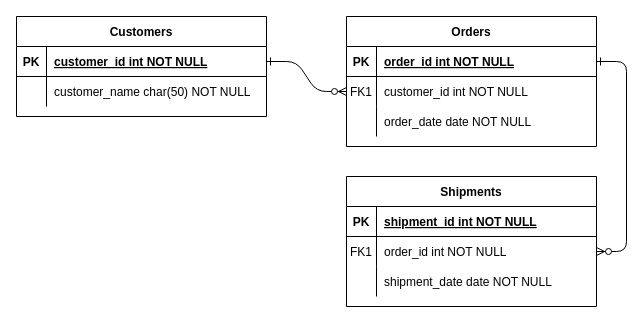
This is gforces-erd.drawio from Nathan2820/technical-task, a draw.io file, before an edit. Source tidied: cells renumbered, new cells numbered last; positions are measured from the earlier drawing's top-left corner, leaving out a move shared by most shapes. Both pictures are drawn from the tidied source at 100%, with x=0, y=0 at pixel (16, 16).
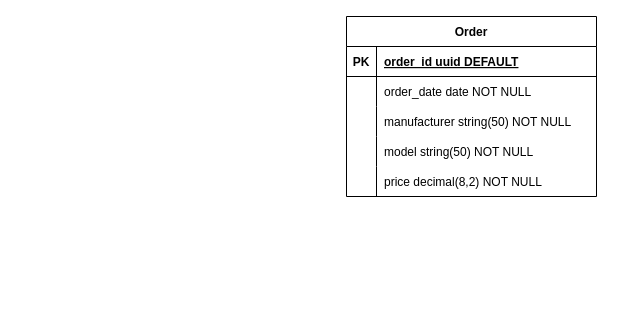
Above is the later version.

Unchanged cells that the change refers to:
```xml
<mxCell id="5" style="shape=partialRectangle;fillColor=none;points=[[0,0.5],[1,0.5]];portConstraint=eastwest;top=0;left=0;right=0;bottom=1;" parent="4" vertex="1">
  <mxGeometry y="30" width="250" height="30" as="geometry" />
</mxCell>
```

Diff of the diagram source:
```diff
@@
-    <mxCell id="2" style="edgeStyle=entityRelationEdgeStyle;endArrow=ERzeroToMany;startArrow=ERone;endFill=1;startFill=0;" parent="1" edge="1" source="25" target="8">
-      <mxGeometry relative="1" as="geometry" />
-    </mxCell>
-    <mxCell id="3" style="edgeStyle=entityRelationEdgeStyle;endArrow=ERzeroToMany;startArrow=ERone;endFill=1;startFill=0;" parent="1" edge="1" source="5" target="18">
-      <mxGeometry relative="1" as="geometry" />
-    </mxCell>
-    <mxCell id="4" value="Orders" style="shape=table;startSize=30;childLayout=tableLayout;rowLines=0;fontStyle=1;align=center;" parent="1" vertex="1">
-      <mxGeometry x="330" width="250" height="130" as="geometry" />
+    <mxCell id="4" value="Order" style="shape=table;startSize=30;childLayout=tableLayout;rowLines=0;fontStyle=1;align=center;strokeColor=default;strokeWidth=1;perimeterSpacing=0;" parent="1" vertex="1">
+      <mxGeometry x="330" width="250" height="180" as="geometry" />
     </mxCell>
@@
-    <mxCell id="7" value="order_id int NOT NULL " style="shape=partialRectangle;overflow=hidden;fillColor=none;top=0;left=0;bottom=0;right=0;align=left;spacingLeft=6;fontStyle=5;" parent="5" vertex="1">
+    <mxCell id="7" value="order_id uuid DEFAULT" style="shape=partialRectangle;overflow=hidden;fillColor=none;top=0;left=0;bottom=0;right=0;align=left;spacingLeft=6;fontStyle=5;" parent="5" vertex="1">
       <mxGeometry x="30" width="220" height="30" as="geometry" />
     </mxCell>
+    <mxCell id="11" style="shape=partialRectangle;fillColor=none;top=0;left=0;right=0;bottom=0;" parent="4" vertex="1">
+      <mxGeometry y="60" width="250" height="30" as="geometry" />
+    </mxCell>
+    <mxCell id="12" style="shape=partialRectangle;overflow=hidden;fillColor=none;top=0;left=0;bottom=0;right=0;" parent="11" vertex="1">
+      <mxGeometry width="30" height="30" as="geometry" />
+    </mxCell>
+    <mxCell id="13" value="order_date date NOT NULL" style="shape=partialRectangle;overflow=hidden;fillColor=none;top=0;left=0;bottom=0;right=0;align=left;spacingLeft=6;" parent="11" vertex="1">
+      <mxGeometry x="30" width="220" height="30" as="geometry" />
+    </mxCell>
     <mxCell id="8" style="shape=partialRectangle;fillColor=none;points=[[0,0.5],[1,0.5]];portConstraint=eastwest;top=0;left=0;right=0;bottom=0;" parent="4" vertex="1">
-      <mxGeometry y="60" width="250" height="30" as="geometry" />
+      <mxGeometry y="90" width="250" height="30" as="geometry" />
     </mxCell>
-    <mxCell id="9" value="FK1" style="shape=partialRectangle;overflow=hidden;fillColor=none;top=0;left=0;bottom=0;right=0;" parent="8" vertex="1">
+    <mxCell id="9" style="shape=partialRectangle;overflow=hidden;fillColor=none;top=0;left=0;bottom=0;right=0;" parent="8" vertex="1">
       <mxGeometry width="30" height="30" as="geometry" />
     </mxCell>
-    <mxCell id="10" value="customer_id int NOT NULL" style="shape=partialRectangle;overflow=hidden;fillColor=none;top=0;left=0;bottom=0;right=0;align=left;spacingLeft=6;" parent="8" vertex="1">
+    <mxCell id="10" value="manufacturer string(50) NOT NULL" style="shape=partialRectangle;overflow=hidden;fillColor=none;top=0;left=0;bottom=0;right=0;align=left;spacingLeft=6;" parent="8" vertex="1">
       <mxGeometry x="30" width="220" height="30" as="geometry" />
     </mxCell>
-    <mxCell id="11" style="shape=partialRectangle;fillColor=none;top=0;left=0;right=0;bottom=0;" parent="4" vertex="1">
-      <mxGeometry y="90" width="250" height="30" as="geometry" />
-    </mxCell>
-    <mxCell id="12" style="shape=partialRectangle;overflow=hidden;fillColor=none;top=0;left=0;bottom=0;right=0;" parent="11" vertex="1">
-      <mxGeometry width="30" height="30" as="geometry" />
-    </mxCell>
-    <mxCell id="13" value="order_date date NOT NULL" style="shape=partialRectangle;overflow=hidden;fillColor=none;top=0;left=0;bottom=0;right=0;align=left;spacingLeft=6;" parent="11" vertex="1">
-      <mxGeometry x="30" width="220" height="30" as="geometry" />
-    </mxCell>
-    <mxCell id="14" value="Shipments" style="shape=table;startSize=30;childLayout=tableLayout;rowLines=0;fontStyle=1;align=center;" parent="1" vertex="1">
-      <mxGeometry x="330" y="160" width="250" height="130" as="geometry" />
-    </mxCell>
-    <mxCell id="15" style="shape=partialRectangle;fillColor=none;top=0;left=0;right=0;bottom=1;" parent="14" vertex="1">
-      <mxGeometry y="30" width="250" height="30" as="geometry" />
-    </mxCell>
-    <mxCell id="16" value="PK" style="shape=partialRectangle;overflow=hidden;fillColor=none;top=0;left=0;bottom=0;right=0;fontStyle=1;" parent="15" vertex="1">
-      <mxGeometry width="30" height="30" as="geometry" />
-    </mxCell>
-    <mxCell id="17" value="shipment_id int NOT NULL " style="shape=partialRectangle;overflow=hidden;fillColor=none;top=0;left=0;bottom=0;right=0;align=left;spacingLeft=6;fontStyle=5;" parent="15" vertex="1">
-      <mxGeometry x="30" width="220" height="30" as="geometry" />
-    </mxCell>
-    <mxCell id="18" style="shape=partialRectangle;fillColor=none;points=[[0,0.5],[1,0.5]];portConstraint=eastwest;top=0;left=0;right=0;bottom=0;" parent="14" vertex="1">
-      <mxGeometry y="60" width="250" height="30" as="geometry" />
-    </mxCell>
-    <mxCell id="19" value="FK1" style="shape=partialRectangle;overflow=hidden;fillColor=none;top=0;left=0;bottom=0;right=0;" parent="18" vertex="1">
-      <mxGeometry width="30" height="30" as="geometry" />
-    </mxCell>
-    <mxCell id="20" value="order_id int NOT NULL" style="shape=partialRectangle;overflow=hidden;fillColor=none;top=0;left=0;bottom=0;right=0;align=left;spacingLeft=6;" parent="18" vertex="1">
-      <mxGeometry x="30" width="220" height="30" as="geometry" />
-    </mxCell>
-    <mxCell id="21" style="shape=partialRectangle;fillColor=none;top=0;left=0;right=0;bottom=0;" parent="14" vertex="1">
-      <mxGeometry y="90" width="250" height="30" as="geometry" />
-    </mxCell>
-    <mxCell id="22" style="shape=partialRectangle;overflow=hidden;fillColor=none;top=0;left=0;bottom=0;right=0;" parent="21" vertex="1">
-      <mxGeometry width="30" height="30" as="geometry" />
-    </mxCell>
-    <mxCell id="23" value="shipment_date date NOT NULL" style="shape=partialRectangle;overflow=hidden;fillColor=none;top=0;left=0;bottom=0;right=0;align=left;spacingLeft=6;" parent="21" vertex="1">
-      <mxGeometry x="30" width="220" height="30" as="geometry" />
-    </mxCell>
-    <mxCell id="24" value="Customers" style="shape=table;startSize=30;childLayout=tableLayout;rowLines=0;fontStyle=1;align=center;" parent="1" vertex="1">
-      <mxGeometry width="250" height="100" as="geometry" />
-    </mxCell>
-    <mxCell id="25" style="shape=partialRectangle;fillColor=none;points=[[0,0.5],[1,0.5]];portConstraint=eastwest;top=0;left=0;right=0;bottom=1;" parent="24" vertex="1">
-      <mxGeometry y="30" width="250" height="30" as="geometry" />
-    </mxCell>
-    <mxCell id="26" value="PK" style="shape=partialRectangle;overflow=hidden;fillColor=none;top=0;left=0;bottom=0;right=0;fontStyle=1;" parent="25" vertex="1">
-      <mxGeometry width="30" height="30" as="geometry" />
-    </mxCell>
-    <mxCell id="27" value="customer_id int NOT NULL " style="shape=partialRectangle;overflow=hidden;fillColor=none;top=0;left=0;bottom=0;right=0;align=left;spacingLeft=6;fontStyle=5;" parent="25" vertex="1">
-      <mxGeometry x="30" width="220" height="30" as="geometry" />
-    </mxCell>
-    <mxCell id="28" style="shape=partialRectangle;fillColor=none;top=0;left=0;right=0;bottom=0;" parent="24" vertex="1">
-      <mxGeometry y="60" width="250" height="30" as="geometry" />
-    </mxCell>
-    <mxCell id="29" style="shape=partialRectangle;overflow=hidden;fillColor=none;top=0;left=0;bottom=0;right=0;" parent="28" vertex="1">
-      <mxGeometry width="30" height="30" as="geometry" />
-    </mxCell>
-    <mxCell id="30" value="customer_name char(50) NOT NULL" style="shape=partialRectangle;overflow=hidden;fillColor=none;top=0;left=0;bottom=0;right=0;align=left;spacingLeft=6;" parent="28" vertex="1">
-      <mxGeometry x="30" width="220" height="30" as="geometry" />
-    </mxCell>
+    <mxCell id="31" style="shape=partialRectangle;fillColor=none;top=0;left=0;right=0;bottom=0;" parent="4" vertex="1">
+      <mxGeometry y="120" width="250" height="30" as="geometry" />
+    </mxCell>
+    <mxCell id="32" style="shape=partialRectangle;overflow=hidden;fillColor=none;top=0;left=0;bottom=0;right=0;" parent="31" vertex="1">
+      <mxGeometry width="30" height="30" as="geometry" />
+    </mxCell>
+    <mxCell id="33" value="model string(50) NOT NULL" style="shape=partialRectangle;overflow=hidden;fillColor=none;top=0;left=0;bottom=0;right=0;align=left;spacingLeft=6;" parent="31" vertex="1">
+      <mxGeometry x="30" width="220" height="30" as="geometry" />
+    </mxCell>
+    <mxCell id="34" style="shape=partialRectangle;fillColor=none;top=0;left=0;right=0;bottom=0;" parent="4" vertex="1">
+      <mxGeometry y="150" width="250" height="30" as="geometry" />
+    </mxCell>
+    <mxCell id="35" style="shape=partialRectangle;overflow=hidden;fillColor=none;top=0;left=0;bottom=0;right=0;" parent="34" vertex="1">
+      <mxGeometry width="30" height="30" as="geometry" />
+    </mxCell>
+    <mxCell id="36" value="price decimal(8,2) NOT NULL" style="shape=partialRectangle;overflow=hidden;fillColor=none;top=0;left=0;bottom=0;right=0;align=left;spacingLeft=6;" parent="34" vertex="1">
+      <mxGeometry x="30" width="220" height="30" as="geometry" />
+    </mxCell>
```
